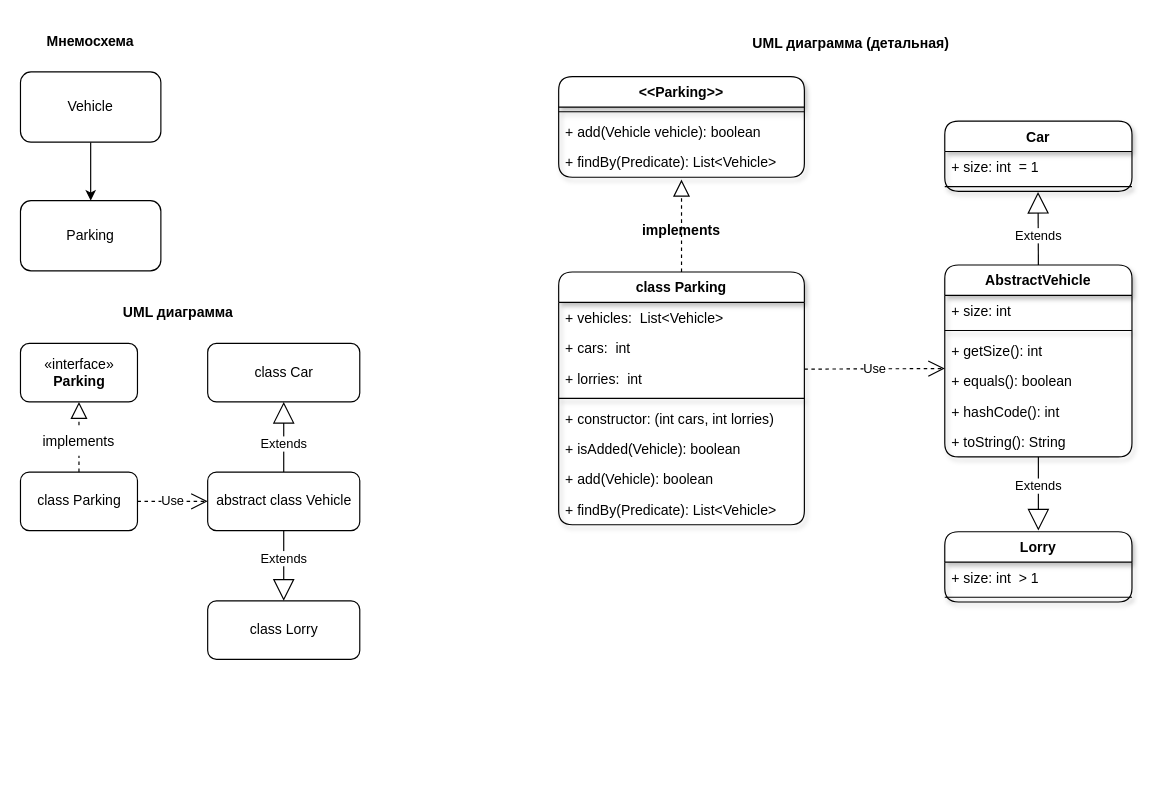
lenarsharipov/job4j_design keeps this draw.io diagram as src/main/java/ru/job4j/ood/lsp/parking/uml/parking.drawio. Above is the earlier version. Source tidied: cells renumbered, new cells numbered last; positions are measured from the earlier drawing's top-left corner, leaving out a move shared by most shapes. Both pictures are drawn from the tidied source at 117%, with x=0, y=0 at pixel (20, 25).
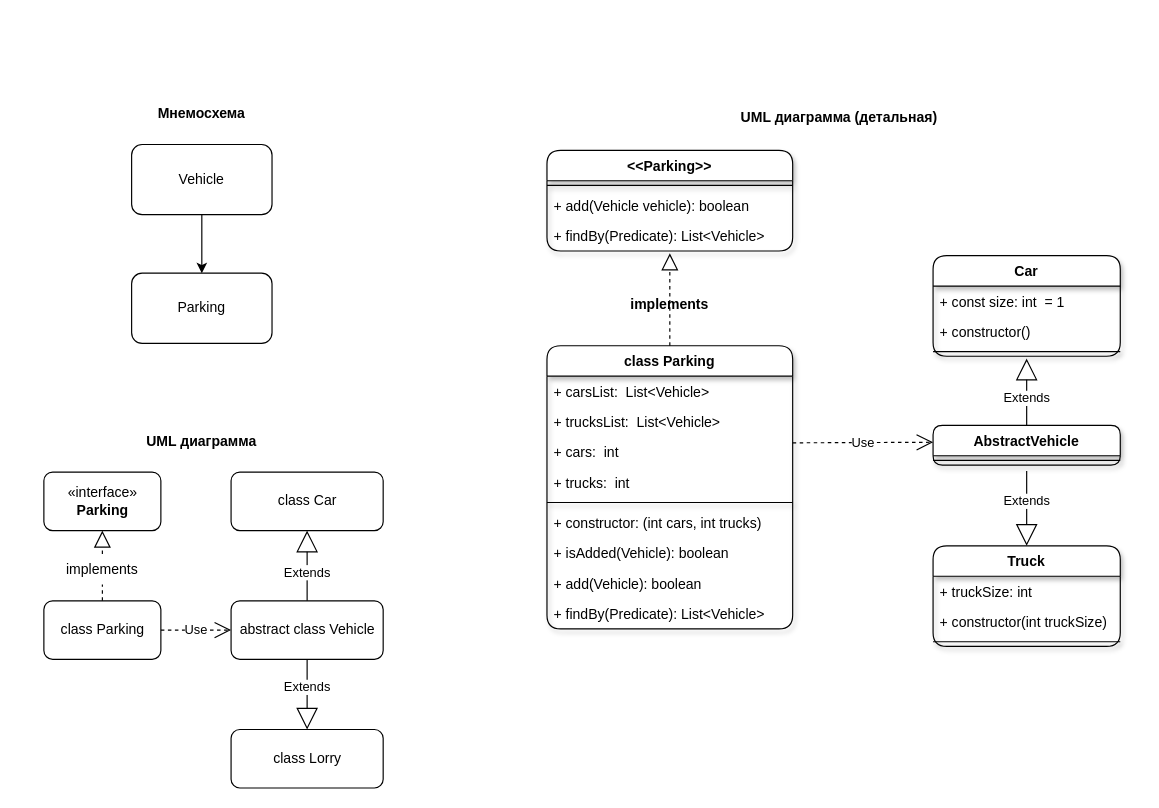
The same page after the edit.

The edit, as a diff of the source:
```diff
@@
     <mxCell id="3" value="Vehicle" style="rounded=1;whiteSpace=wrap;html=1;" parent="1" vertex="1">
-      <mxGeometry y="40" width="120" height="60" as="geometry" />
+      <mxGeometry x="95" y="102" width="120" height="60" as="geometry" />
     </mxCell>
     <mxCell id="4" value="Parking" style="rounded=1;whiteSpace=wrap;html=1;" parent="1" vertex="1">
-      <mxGeometry y="150" width="120" height="60" as="geometry" />
+      <mxGeometry x="95" y="212" width="120" height="60" as="geometry" />
     </mxCell>
     <mxCell id="5" value="«interface»&lt;br&gt;&lt;b&gt;Parking&lt;/b&gt;" style="html=1;rounded=1;" parent="1" vertex="1">
-      <mxGeometry y="272" width="100" height="50" as="geometry" />
+      <mxGeometry x="20" y="382" width="100" height="50" as="geometry" />
     </mxCell>
@@
     <mxCell id="7" value="abstract class Vehicle" style="html=1;rounded=1;" parent="1" vertex="1">
-      <mxGeometry x="160" y="382" width="130" height="50" as="geometry" />
+      <mxGeometry x="180" y="492" width="130" height="50" as="geometry" />
     </mxCell>
     <mxCell id="8" value="class Parking" style="html=1;rounded=1;" parent="1" vertex="1">
-      <mxGeometry y="382" width="100" height="50" as="geometry" />
+      <mxGeometry x="20" y="492" width="100" height="50" as="geometry" />
     </mxCell>
     <mxCell id="9" value="Мнемосхема" style="text;align=center;fontStyle=1;verticalAlign=middle;spacingLeft=3;spacingRight=3;strokeColor=none;rounded=1;shadow=1;" parent="1" vertex="1">
-      <mxGeometry x="20" width="80" height="26" as="geometry" />
+      <mxGeometry x="115" y="62" width="80" height="26" as="geometry" />
     </mxCell>
     <mxCell id="10" value="UML диаграмма" style="text;align=center;fontStyle=1;verticalAlign=middle;spacingLeft=3;spacingRight=3;strokeColor=none;rounded=1;shadow=1;" parent="1" vertex="1">
-      <mxGeometry x="95" y="232" width="80" height="26" as="geometry" />
+      <mxGeometry x="115" y="342" width="80" height="26" as="geometry" />
     </mxCell>
     <mxCell id="11" value="implements" style="text;align=center;fontStyle=0;verticalAlign=middle;spacingLeft=3;spacingRight=3;strokeColor=none;points=[[0,0.5],[1,0.5]];portConstraint=eastwest;rounded=1;shadow=1;" parent="1" vertex="1">
-      <mxGeometry x="10" y="342" width="80" height="26" as="geometry" />
+      <mxGeometry x="30" y="452" width="80" height="26" as="geometry" />
     </mxCell>
     <mxCell id="12" style="endArrow=none;dashed=1;endFill=0;endSize=12;html=1;rounded=0;entryX=0.5;entryY=1;entryDx=0;entryDy=0;" parent="1" edge="1" target="11">
       <mxGeometry relative="1" as="geometry">
-        <mxPoint x="50" y="382" as="sourcePoint" />
+        <mxPoint x="70" y="492" as="sourcePoint" />
       </mxGeometry>
     </mxCell>
@@
     <mxCell id="14" value="AbstractVehicle" style="swimlane;fontStyle=1;align=center;verticalAlign=top;horizontal=1;startSize=26;rounded=1;shadow=1;" parent="1" vertex="1">
-      <mxGeometry x="790" y="205" width="160" height="164" as="geometry" />
+      <mxGeometry x="780" y="342" width="160" height="34" as="geometry" />
     </mxCell>
-    <mxCell id="15" value="+ size: int" style="text;strokeColor=none;fillColor=none;align=left;verticalAlign=top;spacingLeft=4;spacingRight=4;overflow=hidden;rounded=1;shadow=1;" parent="14" vertex="1">
-      <mxGeometry y="26" width="160" height="26" as="geometry" />
-    </mxCell>
     <mxCell id="16" style="line;strokeWidth=1;fillColor=none;align=left;verticalAlign=middle;spacingTop=-1;spacingLeft=3;spacingRight=3;labelPosition=right;strokeColor=inherit;rounded=1;shadow=1;" parent="14" vertex="1">
-      <mxGeometry y="52" width="160" height="8" as="geometry" />
+      <mxGeometry y="26" width="160" height="8" as="geometry" />
     </mxCell>
-    <mxCell id="17" value="+ getSize(): int" style="text;strokeColor=none;fillColor=none;align=left;verticalAlign=top;spacingLeft=4;spacingRight=4;overflow=hidden;rounded=1;shadow=1;" parent="14" vertex="1">
-      <mxGeometry y="60" width="160" height="26" as="geometry" />
-    </mxCell>
-    <mxCell id="18" value="+ equals(): boolean" style="text;strokeColor=none;fillColor=none;align=left;verticalAlign=top;spacingLeft=4;spacingRight=4;overflow=hidden;rounded=1;shadow=1;" parent="14" vertex="1">
-      <mxGeometry y="86" width="160" height="26" as="geometry" />
-    </mxCell>
-    <mxCell id="19" value="+ hashCode(): int" style="text;strokeColor=none;fillColor=none;align=left;verticalAlign=top;spacingLeft=4;spacingRight=4;overflow=hidden;rounded=1;shadow=1;" parent="14" vertex="1">
-      <mxGeometry y="112" width="160" height="26" as="geometry" />
-    </mxCell>
-    <mxCell id="20" value="+ toString(): String" style="text;strokeColor=none;fillColor=none;align=left;verticalAlign=top;spacingLeft=4;spacingRight=4;overflow=hidden;points=[[0,0.5],[1,0.5]];portConstraint=eastwest;rounded=1;shadow=1;" parent="14" vertex="1">
-      <mxGeometry y="138" width="160" height="26" as="geometry" />
-    </mxCell>
     <mxCell id="21" value="&lt;&lt;Parking&gt;&gt;" style="swimlane;fontStyle=1;align=center;verticalAlign=top;horizontal=1;startSize=26;rounded=1;shadow=1;" parent="1" vertex="1">
-      <mxGeometry x="460" y="44" width="210" height="86" as="geometry" />
+      <mxGeometry x="450" y="107" width="210" height="86" as="geometry" />
     </mxCell>
@@
     <mxCell id="25" value="Car" style="swimlane;fontStyle=1;align=center;verticalAlign=top;horizontal=1;startSize=26;rounded=1;shadow=1;" parent="1" vertex="1">
-      <mxGeometry x="790" y="82" width="160" height="60" as="geometry" />
+      <mxGeometry x="780" y="197" width="160" height="86" as="geometry" />
     </mxCell>
-    <mxCell id="26" value="+ size: int  = 1" style="text;strokeColor=none;fillColor=none;align=left;verticalAlign=top;spacingLeft=4;spacingRight=4;overflow=hidden;rounded=1;shadow=1;" parent="25" vertex="1">
+    <mxCell id="26" value="+ const size: int  = 1" style="text;strokeColor=none;fillColor=none;align=left;verticalAlign=top;spacingLeft=4;spacingRight=4;overflow=hidden;rounded=1;shadow=1;" parent="25" vertex="1">
       <mxGeometry y="26" width="160" height="26" as="geometry" />
     </mxCell>
+    <mxCell id="50" value="+ constructor()" style="text;strokeColor=none;fillColor=none;align=left;verticalAlign=top;spacingLeft=4;spacingRight=4;overflow=hidden;rounded=1;shadow=1;" parent="25" vertex="1">
+      <mxGeometry y="52" width="160" height="26" as="geometry" />
+    </mxCell>
     <mxCell id="27" style="line;strokeWidth=1;fillColor=none;align=left;verticalAlign=middle;spacingTop=-1;spacingLeft=3;spacingRight=3;labelPosition=right;strokeColor=inherit;rounded=1;shadow=1;" parent="25" vertex="1">
-      <mxGeometry y="52" width="160" height="8" as="geometry" />
+      <mxGeometry y="78" width="160" height="8" as="geometry" />
     </mxCell>
     <mxCell id="28" value="class Parking" style="swimlane;fontStyle=1;align=center;verticalAlign=top;horizontal=1;startSize=26;rounded=1;shadow=1;" parent="1" vertex="1">
-      <mxGeometry x="460" y="211" width="210" height="216" as="geometry" />
+      <mxGeometry x="450" y="274" width="210" height="242" as="geometry" />
     </mxCell>
-    <mxCell id="29" value="+ vehicles:  List&lt;Vehicle&gt;" style="text;strokeColor=none;fillColor=none;align=left;verticalAlign=top;spacingLeft=4;spacingRight=4;overflow=hidden;rounded=1;shadow=1;" parent="28" vertex="1">
+    <mxCell id="29" value="+ carsList:  List&lt;Vehicle&gt;" style="text;strokeColor=none;fillColor=none;align=left;verticalAlign=top;spacingLeft=4;spacingRight=4;overflow=hidden;rounded=1;shadow=1;" parent="28" vertex="1">
       <mxGeometry y="26" width="210" height="26" as="geometry" />
     </mxCell>
+    <mxCell id="51" value="+ trucksList:  List&lt;Vehicle&gt;" style="text;strokeColor=none;fillColor=none;align=left;verticalAlign=top;spacingLeft=4;spacingRight=4;overflow=hidden;rounded=1;shadow=1;" parent="28" vertex="1">
+      <mxGeometry y="52" width="210" height="26" as="geometry" />
+    </mxCell>
     <mxCell id="30" value="+ cars:  int" style="text;strokeColor=none;fillColor=none;align=left;verticalAlign=top;spacingLeft=4;spacingRight=4;overflow=hidden;rounded=1;shadow=1;" parent="28" vertex="1">
-      <mxGeometry y="52" width="210" height="26" as="geometry" />
+      <mxGeometry y="78" width="210" height="26" as="geometry" />
     </mxCell>
-    <mxCell id="31" value="+ lorries:  int" style="text;strokeColor=none;fillColor=none;align=left;verticalAlign=top;spacingLeft=4;spacingRight=4;overflow=hidden;rounded=1;shadow=1;" parent="28" vertex="1">
-      <mxGeometry y="78" width="210" height="26" as="geometry" />
+    <mxCell id="31" value="+ trucks:  int" style="text;strokeColor=none;fillColor=none;align=left;verticalAlign=top;spacingLeft=4;spacingRight=4;overflow=hidden;rounded=1;shadow=1;" parent="28" vertex="1">
+      <mxGeometry y="104" width="210" height="26" as="geometry" />
     </mxCell>
     <mxCell id="32" style="line;strokeWidth=1;fillColor=none;align=left;verticalAlign=middle;spacingTop=-1;spacingLeft=3;spacingRight=3;labelPosition=right;strokeColor=inherit;rounded=1;shadow=1;" parent="28" vertex="1">
-      <mxGeometry y="104" width="210" height="8" as="geometry" />
+      <mxGeometry y="130" width="210" height="8" as="geometry" />
     </mxCell>
-    <mxCell id="33" value="+ constructor: (int cars, int lorries)" style="text;strokeColor=none;fillColor=none;align=left;verticalAlign=top;spacingLeft=4;spacingRight=4;overflow=hidden;rounded=1;shadow=1;" parent="28" vertex="1">
-      <mxGeometry y="112" width="210" height="26" as="geometry" />
+    <mxCell id="33" value="+ constructor: (int cars, int trucks)" style="text;strokeColor=none;fillColor=none;align=left;verticalAlign=top;spacingLeft=4;spacingRight=4;overflow=hidden;rounded=1;shadow=1;" parent="28" vertex="1">
+      <mxGeometry y="138" width="210" height="26" as="geometry" />
     </mxCell>
     <mxCell id="34" value="+ isAdded(Vehicle): boolean" style="text;strokeColor=none;fillColor=none;align=left;verticalAlign=top;spacingLeft=4;spacingRight=4;overflow=hidden;rounded=1;shadow=1;" parent="28" vertex="1">
-      <mxGeometry y="138" width="210" height="26" as="geometry" />
+      <mxGeometry y="164" width="210" height="26" as="geometry" />
     </mxCell>
     <mxCell id="35" value="+ add(Vehicle): boolean" style="text;strokeColor=none;fillColor=none;align=left;verticalAlign=top;spacingLeft=4;spacingRight=4;overflow=hidden;rounded=1;shadow=1;" parent="28" vertex="1">
-      <mxGeometry y="164" width="210" height="26" as="geometry" />
+      <mxGeometry y="190" width="210" height="26" as="geometry" />
     </mxCell>
     <mxCell id="36" value="+ findBy(Predicate): List&lt;Vehicle&gt;" style="text;strokeColor=none;fillColor=none;align=left;verticalAlign=top;spacingLeft=4;spacingRight=4;overflow=hidden;rounded=1;shadow=1;" parent="28" vertex="1">
-      <mxGeometry y="190" width="210" height="26" as="geometry" />
+      <mxGeometry y="216" width="210" height="26" as="geometry" />
     </mxCell>
     <mxCell id="37" value="Use" style="endArrow=open;endSize=12;dashed=1;html=1;rounded=0;" parent="1" edge="1">
       <mxGeometry relative="1" as="geometry">
-        <mxPoint x="670" y="294" as="sourcePoint" />
-        <mxPoint x="790" y="293.5" as="targetPoint" />
+        <mxPoint x="660" y="357" as="sourcePoint" />
+        <mxPoint x="780" y="356.5" as="targetPoint" />
       </mxGeometry>
     </mxCell>
-    <mxCell id="38" value="Extends" style="endArrow=block;endSize=16;endFill=0;html=1;rounded=0;entryX=0.491;entryY=1.035;entryDx=0;entryDy=0;entryPerimeter=0;exitX=0.5;exitY=0;exitDx=0;exitDy=0;" parent="1" edge="1" source="14">
+    <mxCell id="38" value="Extends" style="endArrow=block;endSize=16;endFill=0;html=1;rounded=0;exitX=0.5;exitY=0;exitDx=0;exitDy=0;" parent="1" edge="1" source="14">
       <mxGeometry x="-0.2" relative="1" as="geometry">
-        <mxPoint x="869.7" y="142.5" as="targetPoint" />
+        <mxPoint x="860" y="285" as="targetPoint" />
       </mxGeometry>
     </mxCell>
     <mxCell id="39" style="endArrow=block;dashed=1;endFill=0;endSize=12;html=1;rounded=0;exitX=0.5;exitY=0;exitDx=0;exitDy=0;" parent="1" edge="1" source="28">
       <mxGeometry relative="1" as="geometry">
-        <mxPoint x="565" y="132" as="targetPoint" />
+        <mxPoint x="555" y="195" as="targetPoint" />
       </mxGeometry>
     </mxCell>
     <mxCell id="40" value="implements" style="text;align=center;fontStyle=1;verticalAlign=middle;spacingLeft=3;spacingRight=3;strokeColor=none;rounded=1;shadow=1;" parent="1" vertex="1">
-      <mxGeometry x="525" y="162" width="80" height="26" as="geometry" />
+      <mxGeometry x="515" y="225" width="80" height="26" as="geometry" />
     </mxCell>
     <mxCell id="41" value="UML диаграмма (детальная)" style="text;align=center;fontStyle=1;verticalAlign=middle;spacingLeft=3;spacingRight=3;strokeColor=none;rounded=1;shadow=1;" parent="1" vertex="1">
-      <mxGeometry x="670" y="2" width="80" height="26" as="geometry" />
+      <mxGeometry x="660" y="65" width="80" height="26" as="geometry" />
     </mxCell>
     <mxCell id="42" value="class Lorry" style="html=1;rounded=1;" parent="1" vertex="1">
-      <mxGeometry x="160" y="492" width="130" height="50" as="geometry" />
+      <mxGeometry x="180" y="602" width="130" height="50" as="geometry" />
     </mxCell>
     <mxCell id="43" value="class Car" style="html=1;rounded=1;" parent="1" vertex="1">
-      <mxGeometry x="160" y="272" width="130" height="50" as="geometry" />
+      <mxGeometry x="180" y="382" width="130" height="50" as="geometry" />
     </mxCell>
@@
-    <mxCell id="46" value="Lorry" style="swimlane;fontStyle=1;align=center;verticalAlign=top;horizontal=1;startSize=26;rounded=1;shadow=1;" parent="1" vertex="1">
-      <mxGeometry x="790" y="433" width="160" height="60" as="geometry" />
+    <mxCell id="46" value="Truck" style="swimlane;fontStyle=1;align=center;verticalAlign=top;horizontal=1;startSize=26;rounded=1;shadow=1;" parent="1" vertex="1">
+      <mxGeometry x="780" y="445" width="160" height="86" as="geometry" />
     </mxCell>
-    <mxCell id="47" value="+ size: int  &gt; 1" style="text;strokeColor=none;fillColor=none;align=left;verticalAlign=top;spacingLeft=4;spacingRight=4;overflow=hidden;rounded=1;shadow=1;" parent="46" vertex="1">
+    <mxCell id="47" value="+ truckSize: int" style="text;strokeColor=none;fillColor=none;align=left;verticalAlign=top;spacingLeft=4;spacingRight=4;overflow=hidden;rounded=1;shadow=1;" parent="46" vertex="1">
       <mxGeometry y="26" width="160" height="26" as="geometry" />
     </mxCell>
+    <mxCell id="52" value="+ constructor(int truckSize)" style="text;strokeColor=none;fillColor=none;align=left;verticalAlign=top;spacingLeft=4;spacingRight=4;overflow=hidden;rounded=1;shadow=1;" parent="46" vertex="1">
+      <mxGeometry y="52" width="160" height="26" as="geometry" />
+    </mxCell>
     <mxCell id="48" style="line;strokeWidth=1;fillColor=none;align=left;verticalAlign=middle;spacingTop=-1;spacingLeft=3;spacingRight=3;labelPosition=right;strokeColor=inherit;rounded=1;shadow=1;" parent="46" vertex="1">
-      <mxGeometry y="52" width="160" height="8" as="geometry" />
+      <mxGeometry y="78" width="160" height="8" as="geometry" />
     </mxCell>
-    <mxCell id="49" value="Extends" style="endArrow=block;endSize=16;endFill=0;html=1;rounded=0;" parent="1" edge="1" source="20">
+    <mxCell id="49" value="Extends" style="endArrow=block;endSize=16;endFill=0;html=1;rounded=0;" parent="1" edge="1">
       <mxGeometry x="-0.2" relative="1" as="geometry">
-        <mxPoint x="870" y="432" as="targetPoint" />
+        <mxPoint x="860" y="381" as="sourcePoint" />
+        <mxPoint x="860" y="445" as="targetPoint" />
       </mxGeometry>
     </mxCell>
```
